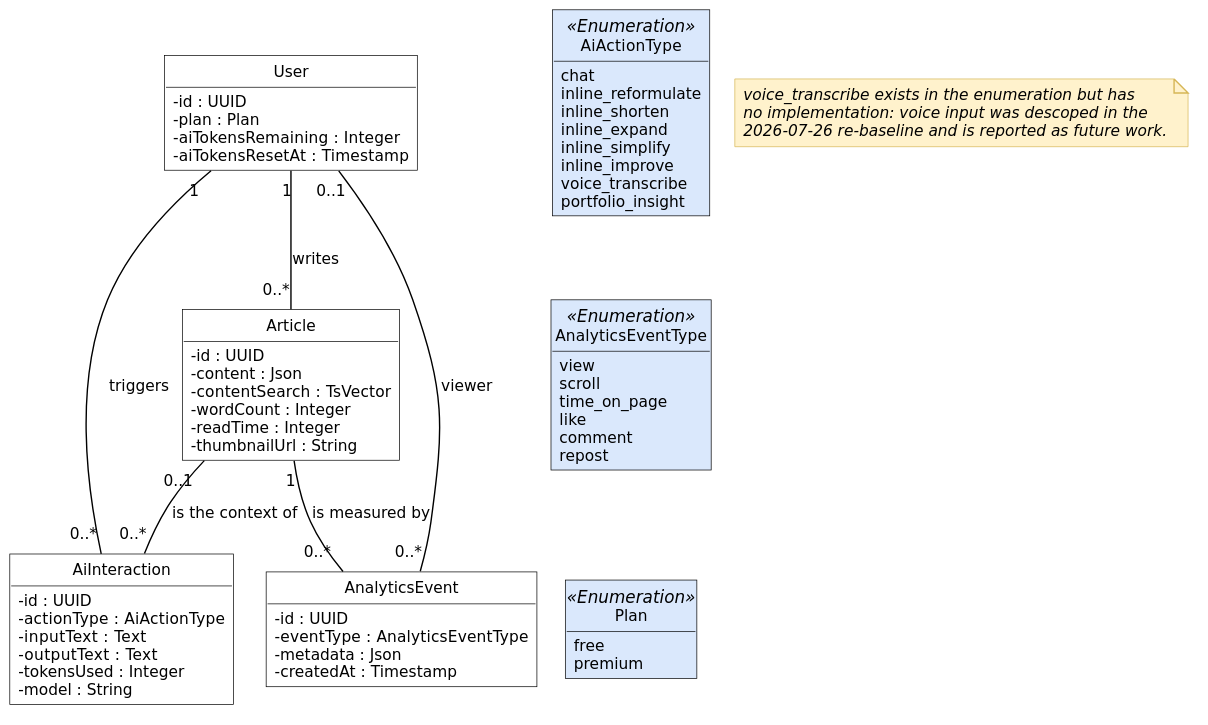
Earlier version of the PlantUML export diagrams/fig-4-5-classes-sprint-2/fig-4-5-classes-sprint-2.svg (inkwell-dev/spec.inkwell.ai).
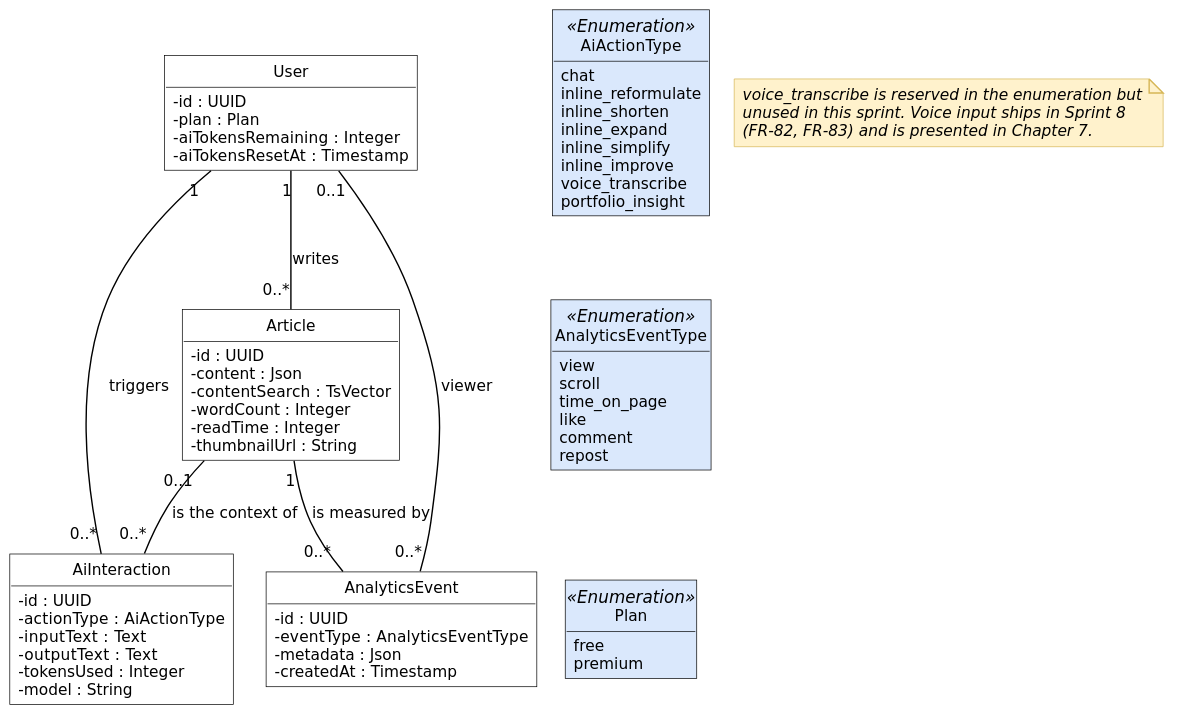
After the change.

Commit message:
docs: record the Gantt window and Google sign-in, and correct fig-4-5's voice note

The edit, as a diff of the source:
```diff
@@ -64,9 +64,9 @@
 User "0..1" -- "0..*" AnalyticsEvent : viewer
 
 note as N1
-  voice_transcribe exists in the enumeration but has
-  no implementation: voice input was descoped in the
-  2026-07-26 re-baseline and is reported as future work.
+  voice_transcribe is reserved in the enumeration but
+  unused in this sprint. Voice input ships in Sprint 8
+  (FR-82, FR-83) and is presented in Chapter 7.
 end note
 
 AiActionType -[hidden]down- AnalyticsEventType
```
